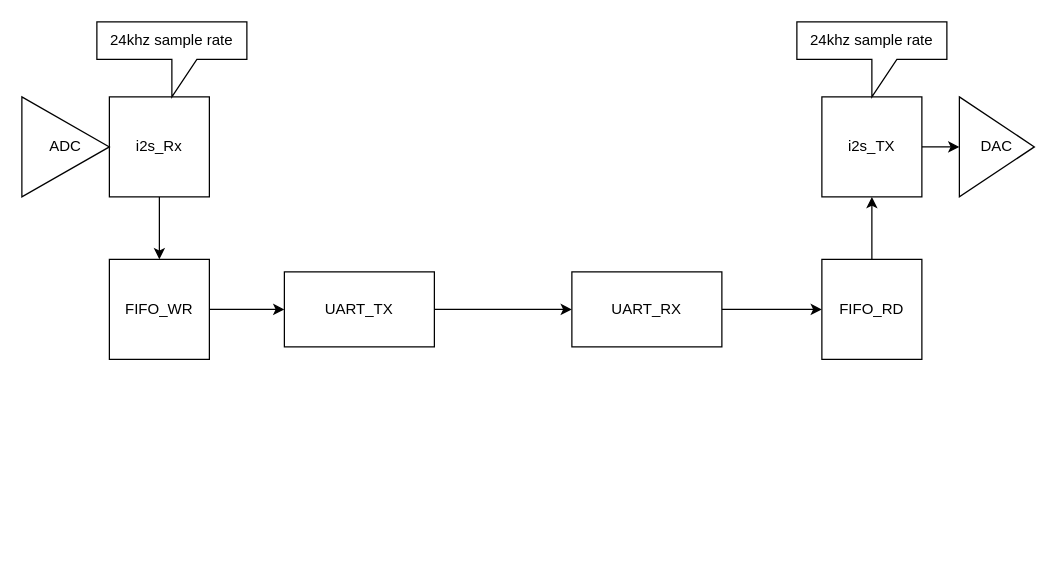
Above: uart_audio.drawio in openslee/Verilog (draw.io), before the change. Source tidied: cells renumbered, new cells numbered last; positions are measured from the earlier drawing's top-left corner, leaving out a move shared by most shapes. Both pictures are drawn from the tidied source at 125%, with x=0, y=0 at pixel (21, 21).
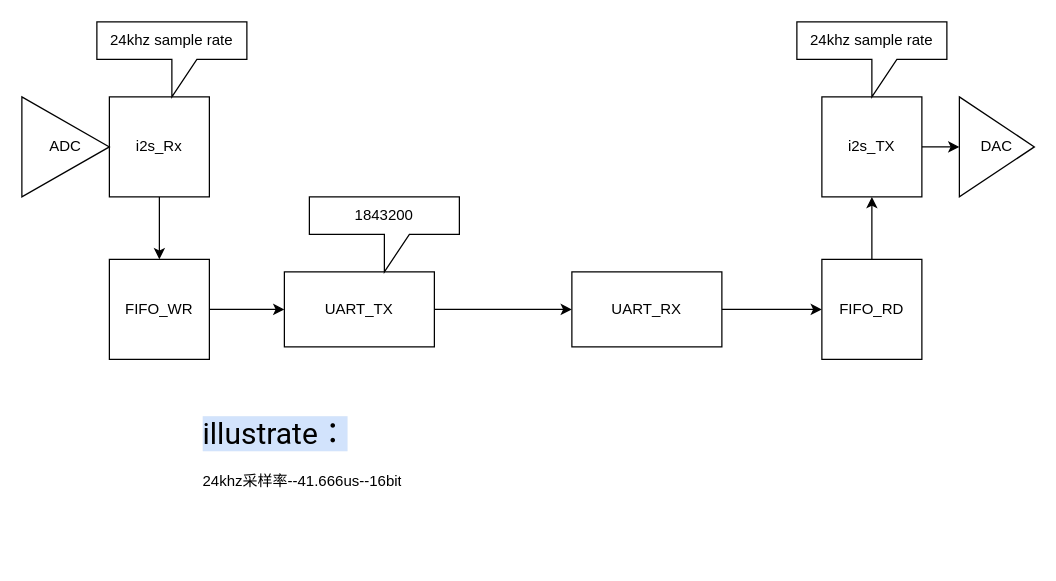
The same diagram, later.

The edit, as a diff of the source:
```diff
@@
 <mxGraphModel>
   <root>
     <mxCell id="0" />
     <mxCell id="1" parent="0" />
     <mxCell id="2" style="edgeStyle=orthogonalEdgeStyle;rounded=0;jettySize=auto;html=1;exitX=1;exitY=0.5;exitDx=0;exitDy=0;entryX=0;entryY=0.5;entryDx=0;entryDy=0;" parent="1" edge="1" source="3" target="5">
       <mxGeometry relative="1" as="geometry" />
     </mxCell>
     <mxCell id="3" value="UART_TX" style="rounded=0;whiteSpace=wrap;html=1;" parent="1" vertex="1">
       <mxGeometry x="210" y="200" width="120" height="60" as="geometry" />
     </mxCell>
     <mxCell id="4" style="edgeStyle=orthogonalEdgeStyle;rounded=0;jettySize=auto;html=1;entryX=0;entryY=0.5;entryDx=0;entryDy=0;" parent="1" edge="1" source="5" target="9">
       <mxGeometry relative="1" as="geometry" />
     </mxCell>
     <mxCell id="5" value="UART_RX" style="rounded=0;whiteSpace=wrap;html=1;" parent="1" vertex="1">
       <mxGeometry x="440" y="200" width="120" height="60" as="geometry" />
     </mxCell>
     <mxCell id="6" style="edgeStyle=orthogonalEdgeStyle;rounded=0;jettySize=auto;html=1;exitX=1;exitY=0.5;exitDx=0;exitDy=0;entryX=0;entryY=0.5;entryDx=0;entryDy=0;" parent="1" edge="1" source="7" target="3">
       <mxGeometry relative="1" as="geometry" />
     </mxCell>
     <mxCell id="7" value="FIFO_WR" style="whiteSpace=wrap;html=1;" parent="1" vertex="1">
       <mxGeometry x="70" y="190" width="80" height="80" as="geometry" />
     </mxCell>
     <mxCell id="8" style="edgeStyle=orthogonalEdgeStyle;rounded=0;jettySize=auto;html=1;exitX=0.5;exitY=0;exitDx=0;exitDy=0;entryX=0.5;entryY=1;entryDx=0;entryDy=0;" parent="1" edge="1" source="9" target="14">
       <mxGeometry relative="1" as="geometry" />
     </mxCell>
     <mxCell id="9" value="FIFO_RD" style="whiteSpace=wrap;html=1;" parent="1" vertex="1">
       <mxGeometry x="640" y="190" width="80" height="80" as="geometry" />
     </mxCell>
     <mxCell id="10" style="edgeStyle=orthogonalEdgeStyle;rounded=0;jettySize=auto;html=1;exitX=0.5;exitY=1;exitDx=0;exitDy=0;entryX=0.5;entryY=0;entryDx=0;entryDy=0;" parent="1" edge="1" source="11" target="7">
       <mxGeometry relative="1" as="geometry" />
     </mxCell>
     <mxCell id="11" value="i2s_Rx" style="whiteSpace=wrap;html=1;" parent="1" vertex="1">
       <mxGeometry x="70" y="60" width="80" height="80" as="geometry" />
     </mxCell>
     <mxCell id="12" value="24khz sample rate" style="shape=callout;whiteSpace=wrap;html=1;perimeter=calloutPerimeter;" parent="1" vertex="1">
       <mxGeometry x="60" width="120" height="60" as="geometry" />
     </mxCell>
     <mxCell id="13" style="edgeStyle=orthogonalEdgeStyle;rounded=0;jettySize=auto;html=1;entryX=0;entryY=0.5;entryDx=0;entryDy=0;" parent="1" edge="1" source="14" target="16">
       <mxGeometry relative="1" as="geometry" />
     </mxCell>
     <mxCell id="14" value="i2s_TX" style="whiteSpace=wrap;html=1;" parent="1" vertex="1">
       <mxGeometry x="640" y="60" width="80" height="80" as="geometry" />
     </mxCell>
     <mxCell id="15" value="ADC" style="triangle;whiteSpace=wrap;html=1;" parent="1" vertex="1">
       <mxGeometry y="60" width="70" height="80" as="geometry" />
     </mxCell>
     <mxCell id="16" value="DAC" style="triangle;whiteSpace=wrap;html=1;" parent="1" vertex="1">
       <mxGeometry x="750" y="60" width="60" height="80" as="geometry" />
     </mxCell>
     <mxCell id="17" value="24khz sample rate" style="shape=callout;whiteSpace=wrap;html=1;perimeter=calloutPerimeter;" parent="1" vertex="1">
       <mxGeometry x="620" width="120" height="60" as="geometry" />
     </mxCell>
+    <mxCell id="18" value="&lt;h1&gt;&lt;span class=&quot;VIiyi&quot; lang=&quot;en&quot; style=&quot;display: inline ; font-family: &amp;#34;roboto&amp;#34; , &amp;#34;robotodraft&amp;#34; , &amp;#34;helvetica&amp;#34; , &amp;#34;arial&amp;#34; , sans-serif ; font-weight: 400 ; background-color: rgb(245 , 245 , 245)&quot;&gt;&lt;span class=&quot;JLqJ4b ChMk0b&quot; style=&quot;cursor: pointer ; background-color: rgb(210 , 227 , 252)&quot;&gt;&lt;span&gt;illustrate：&lt;/span&gt;&lt;/span&gt;&lt;/span&gt;&lt;span style=&quot;font-family: &amp;#34;roboto&amp;#34; , &amp;#34;robotodraft&amp;#34; , &amp;#34;helvetica&amp;#34; , &amp;#34;arial&amp;#34; , sans-serif ; font-weight: 400 ; background-color: rgb(245 , 245 , 245)&quot;&gt;&lt;/span&gt;&lt;br&gt;&lt;/h1&gt;&lt;p&gt;24khz采样率--41.666us--16bit&lt;/p&gt;" style="text;html=1;strokeColor=none;fillColor=none;spacing=5;spacingTop=-20;whiteSpace=wrap;overflow=hidden;rounded=0;" parent="1" vertex="1">
+      <mxGeometry x="140" y="310" width="190" height="120" as="geometry" />
+    </mxCell>
+    <mxCell id="19" value="1843200" style="shape=callout;whiteSpace=wrap;html=1;perimeter=calloutPerimeter;" parent="1" vertex="1">
+      <mxGeometry x="230" y="140" width="120" height="60" as="geometry" />
+    </mxCell>
   </root>
 </mxGraphModel>
```
